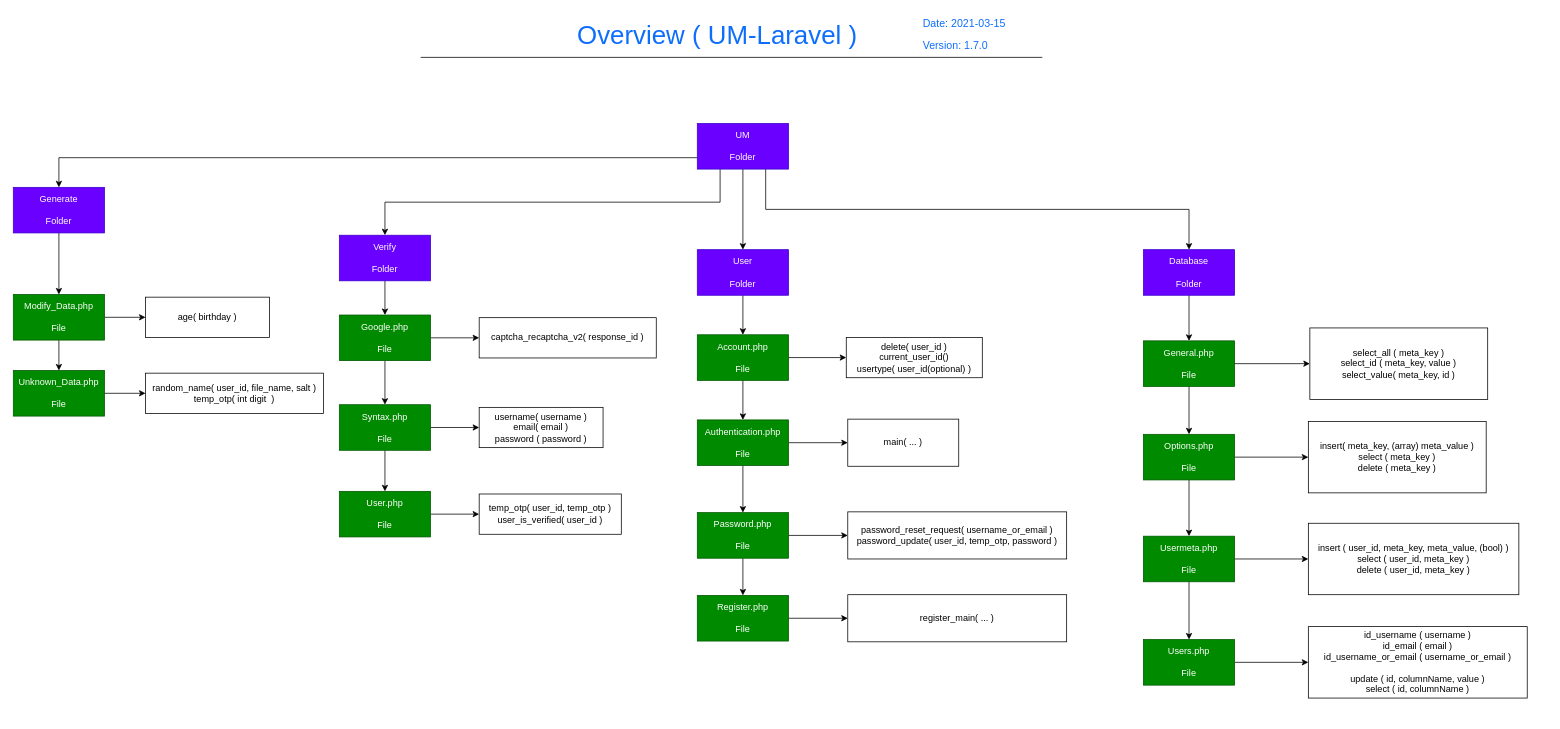
Above: page "Main" (1 of 2) of Docs/main.drawio in imithu/UM (draw.io), before the change. Source tidied: cells renumbered, new cells numbered last; positions are measured from the earlier drawing's top-left corner, leaving out a move shared by most shapes. Both pictures are drawn from the tidied source at 76%, with x=0, y=0 at pixel (13, 13).
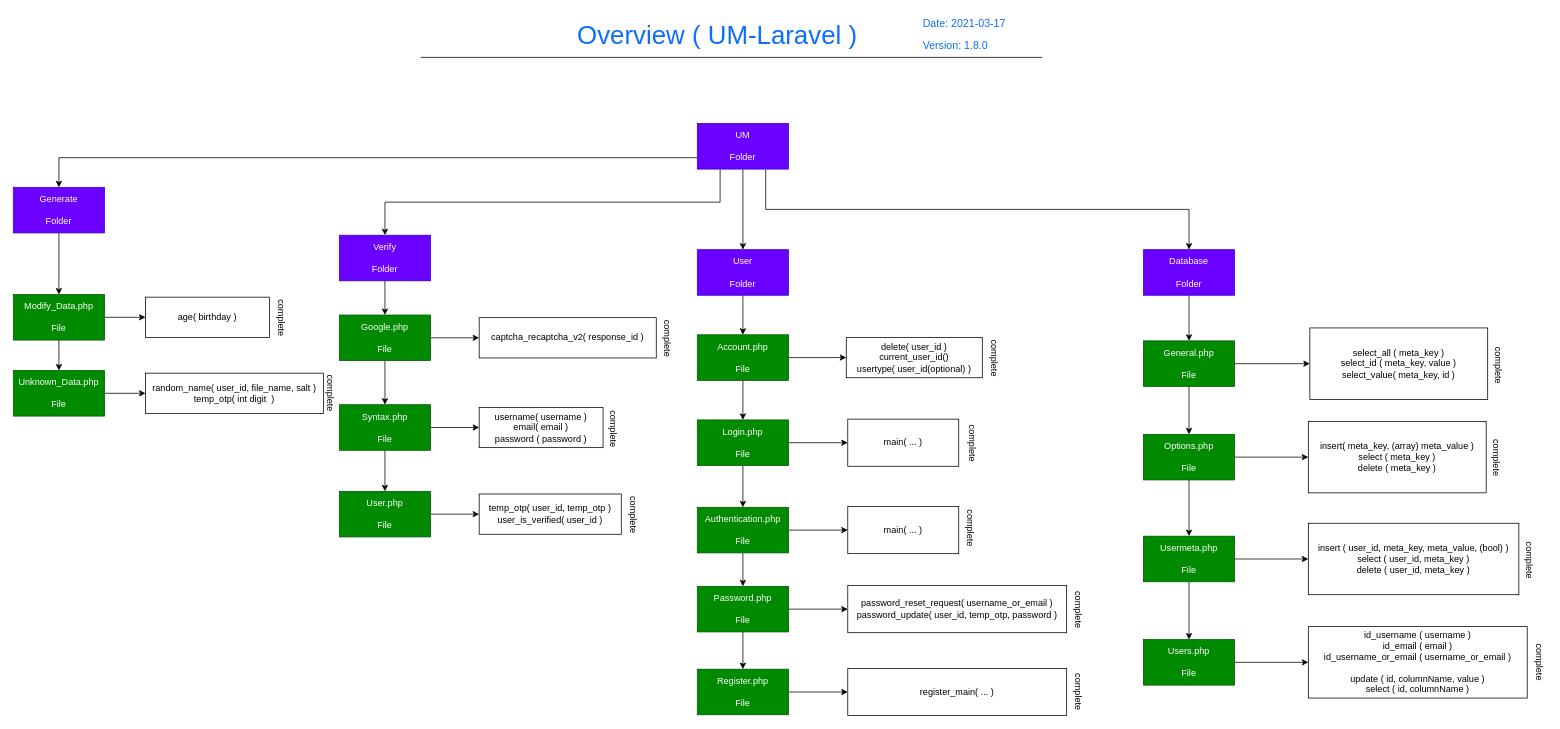
Above is the later version.

Unchanged cells that the change refers to:
```xml
<mxCell id="2" style="group;fontSize=34;" parent="1" vertex="1">
  <mxGeometry x="536" width="818" height="58" as="geometry" />
</mxCell>
```

What changed in the source:
```diff
@@
-    <mxCell id="4" value="Date: 2021-03-15" style="text;html=1;strokeColor=none;fillColor=none;align=left;verticalAlign=middle;whiteSpace=wrap;labelBackgroundColor=none;fontSize=14;fontColor=#0d6efd;" parent="2" vertex="1">
+    <mxCell id="4" value="Date: 2021-03-17" style="text;html=1;strokeColor=none;fillColor=none;align=left;verticalAlign=middle;whiteSpace=wrap;labelBackgroundColor=none;fontSize=14;fontColor=#0d6efd;" parent="2" vertex="1">
       <mxGeometry x="659" y="1" width="147" height="25" as="geometry" />
     </mxCell>
@@
-    <mxCell id="6" value="Version: 1.7.0" style="text;html=1;strokeColor=none;fillColor=none;align=left;verticalAlign=middle;whiteSpace=wrap;labelBackgroundColor=none;fontSize=14;fontColor=#0d6efd;" parent="2" vertex="1">
+    <mxCell id="6" value="Version: 1.8.0" style="text;html=1;strokeColor=none;fillColor=none;align=left;verticalAlign=middle;whiteSpace=wrap;labelBackgroundColor=none;fontSize=14;fontColor=#0d6efd;" parent="2" vertex="1">
       <mxGeometry x="659" y="32" width="132" height="20" as="geometry" />
     </mxCell>
@@
-    <mxCell id="36" style="edgeStyle=orthogonalEdgeStyle;rounded=0;jettySize=auto;html=1;exitX=0.5;exitY=1;exitDx=0;exitDy=0;entryX=0.5;entryY=0;entryDx=0;entryDy=0;" parent="1" edge="1" source="37" target="41">
-      <mxGeometry relative="1" as="geometry" />
-    </mxCell>
+    <mxCell id="68" style="edgeStyle=orthogonalEdgeStyle;rounded=0;jettySize=auto;html=1;exitX=0.5;exitY=1;exitDx=0;exitDy=0;" parent="1" edge="1" source="37" target="71">
+      <mxGeometry relative="1" as="geometry" />
+    </mxCell>
-    <mxCell id="37" value="Authentication.php&lt;br&gt;&lt;br&gt;File" style="rounded=0;whiteSpace=wrap;html=1;fillColor=#008a00;strokeColor=#005700;fontColor=#ffffff;" parent="1" vertex="1">
+    <mxCell id="37" value="Login.php&lt;br&gt;&lt;br&gt;File" style="rounded=0;whiteSpace=wrap;html=1;fillColor=#008a00;strokeColor=#005700;fontColor=#ffffff;" parent="1" vertex="1">
       <mxGeometry x="900" y="535" width="120" height="60" as="geometry" />
     </mxCell>
@@
     <mxCell id="41" value="Password.php&lt;br&gt;&lt;br&gt;File" style="rounded=0;whiteSpace=wrap;html=1;fillColor=#008a00;strokeColor=#005700;fontColor=#ffffff;" parent="1" vertex="1">
-      <mxGeometry x="900" y="657" width="120" height="60" as="geometry" />
+      <mxGeometry x="900" y="754" width="120" height="60" as="geometry" />
     </mxCell>
     <mxCell id="42" value="password_reset_request( username_or_email )&lt;br&gt;password_update( user_id, temp_otp, password )" style="rounded=0;whiteSpace=wrap;html=1;" parent="1" vertex="1">
-      <mxGeometry x="1098" y="656" width="288" height="62" as="geometry" />
+      <mxGeometry x="1098" y="753" width="288" height="62" as="geometry" />
     </mxCell>
@@
     <mxCell id="44" value="Register.php&lt;br&gt;&lt;br&gt;File" style="rounded=0;whiteSpace=wrap;html=1;fillColor=#008a00;strokeColor=#005700;fontColor=#ffffff;" parent="1" vertex="1">
-      <mxGeometry x="900" y="766" width="120" height="60" as="geometry" />
+      <mxGeometry x="900" y="863" width="120" height="60" as="geometry" />
     </mxCell>
     <mxCell id="45" value="register_main( ... )" style="rounded=0;whiteSpace=wrap;html=1;" parent="1" vertex="1">
-      <mxGeometry x="1098" y="765" width="288" height="62" as="geometry" />
+      <mxGeometry x="1098" y="862" width="288" height="62" as="geometry" />
     </mxCell>
@@
+    <mxCell id="69" style="edgeStyle=orthogonalEdgeStyle;rounded=0;jettySize=auto;html=1;exitX=1;exitY=0.5;exitDx=0;exitDy=0;" parent="1" edge="1" source="71" target="72">
+      <mxGeometry relative="1" as="geometry" />
+    </mxCell>
+    <mxCell id="70" style="edgeStyle=orthogonalEdgeStyle;rounded=0;jettySize=auto;html=1;exitX=0.5;exitY=1;exitDx=0;exitDy=0;" parent="1" edge="1" source="71" target="41">
+      <mxGeometry relative="1" as="geometry" />
+    </mxCell>
+    <mxCell id="71" value="Authentication.php&lt;br&gt;&lt;br&gt;File" style="rounded=0;whiteSpace=wrap;html=1;fillColor=#008a00;strokeColor=#005700;fontColor=#ffffff;" parent="1" vertex="1">
+      <mxGeometry x="900" y="650" width="120" height="60" as="geometry" />
+    </mxCell>
+    <mxCell id="72" value="main( ... )" style="rounded=0;whiteSpace=wrap;html=1;" parent="1" vertex="1">
+      <mxGeometry x="1098" y="649" width="146" height="62" as="geometry" />
+    </mxCell>
+    <mxCell id="73" value="complete" style="text;html=1;align=center;verticalAlign=middle;rotation=90;" parent="1" vertex="1">
+      <mxGeometry x="1233" y="556" width="59" height="18" as="geometry" />
+    </mxCell>
+    <mxCell id="74" value="complete" style="text;html=1;align=center;verticalAlign=middle;rotation=90;" parent="1" vertex="1">
+      <mxGeometry x="1231" y="667.5" width="59" height="18" as="geometry" />
+    </mxCell>
+    <mxCell id="75" value="complete" style="text;html=1;align=center;verticalAlign=middle;rotation=90;" parent="1" vertex="1">
+      <mxGeometry x="1261" y="444" width="59" height="18" as="geometry" />
+    </mxCell>
+    <mxCell id="76" value="complete" style="text;html=1;align=center;verticalAlign=middle;rotation=90;" parent="1" vertex="1">
+      <mxGeometry x="1372" y="775" width="59" height="18" as="geometry" />
+    </mxCell>
+    <mxCell id="77" value="complete" style="text;html=1;align=center;verticalAlign=middle;rotation=90;" parent="1" vertex="1">
+      <mxGeometry x="787" y="650" width="59" height="18" as="geometry" />
+    </mxCell>
+    <mxCell id="78" value="complete" style="text;html=1;align=center;verticalAlign=middle;rotation=90;" parent="1" vertex="1">
+      <mxGeometry x="1372" y="883" width="59" height="18" as="geometry" />
+    </mxCell>
+    <mxCell id="79" value="complete" style="text;html=1;align=center;verticalAlign=middle;rotation=90;" parent="1" vertex="1">
+      <mxGeometry x="323" y="391" width="59" height="18" as="geometry" />
+    </mxCell>
+    <mxCell id="80" value="complete" style="text;html=1;align=center;verticalAlign=middle;rotation=90;" parent="1" vertex="1">
+      <mxGeometry x="760" y="537" width="59" height="18" as="geometry" />
+    </mxCell>
+    <mxCell id="81" value="complete" style="text;html=1;align=center;verticalAlign=middle;rotation=90;" parent="1" vertex="1">
+      <mxGeometry x="388" y="490" width="59" height="18" as="geometry" />
+    </mxCell>
+    <mxCell id="82" value="complete" style="text;html=1;align=center;verticalAlign=middle;rotation=90;" parent="1" vertex="1">
+      <mxGeometry x="1925" y="453.5" width="59" height="18" as="geometry" />
+    </mxCell>
+    <mxCell id="83" value="complete" style="text;html=1;align=center;verticalAlign=middle;rotation=90;" parent="1" vertex="1">
+      <mxGeometry x="1922" y="575" width="59" height="18" as="geometry" />
+    </mxCell>
+    <mxCell id="84" value="complete" style="text;html=1;align=center;verticalAlign=middle;rotation=90;" parent="1" vertex="1">
+      <mxGeometry x="831" y="418" width="59" height="18" as="geometry" />
+    </mxCell>
+    <mxCell id="85" value="complete" style="text;html=1;align=center;verticalAlign=middle;rotation=90;" parent="1" vertex="1">
+      <mxGeometry x="1979" y="844" width="59" height="18" as="geometry" />
+    </mxCell>
+    <mxCell id="86" value="complete" style="text;html=1;align=center;verticalAlign=middle;rotation=90;" parent="1" vertex="1">
+      <mxGeometry x="1965" y="710" width="59" height="18" as="geometry" />
+    </mxCell>
```
